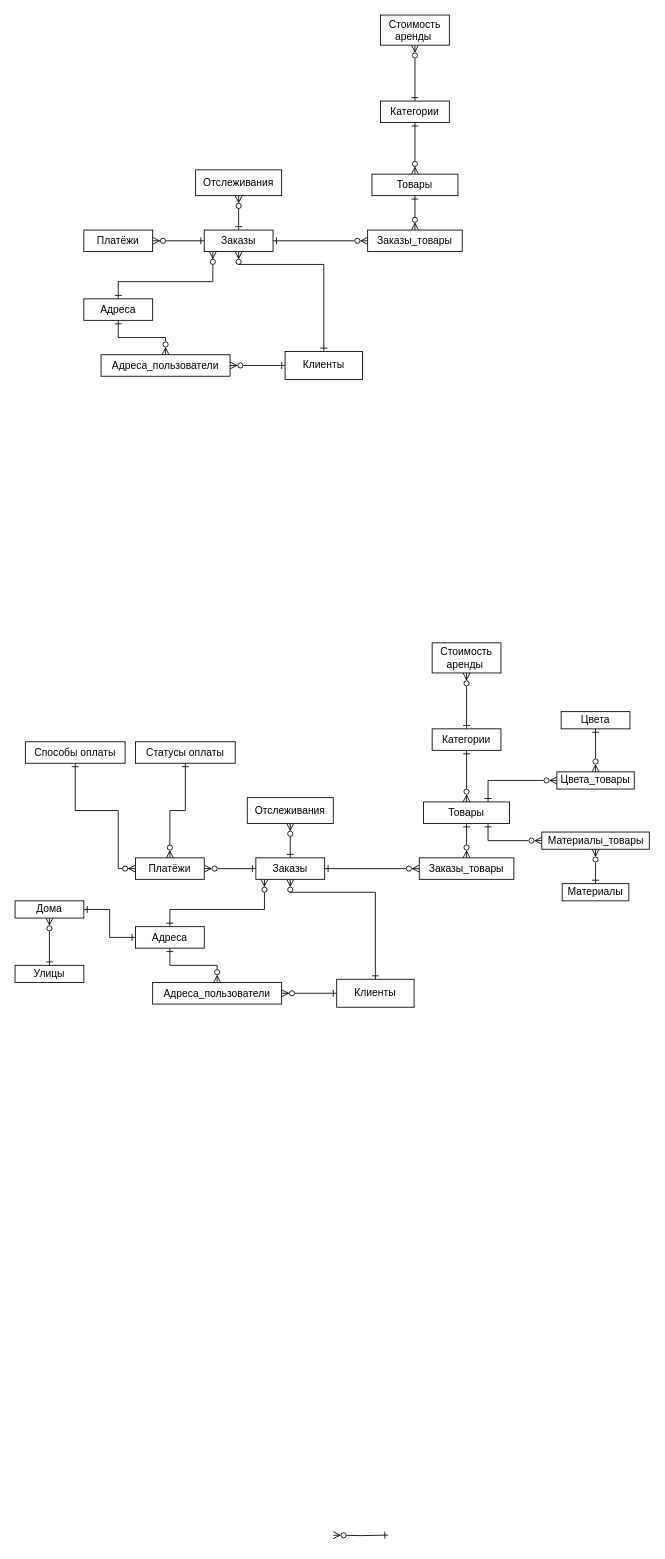
Above: СхемаБД.drawio in DanilaMalkin/FUrent (draw.io), before the change. Source tidied: cells renumbered, new cells numbered last; positions are measured from the earlier drawing's top-left corner, leaving out a move shared by most shapes. Both pictures are drawn from the tidied source at 86%, with x=0, y=0 at pixel (15, 15).
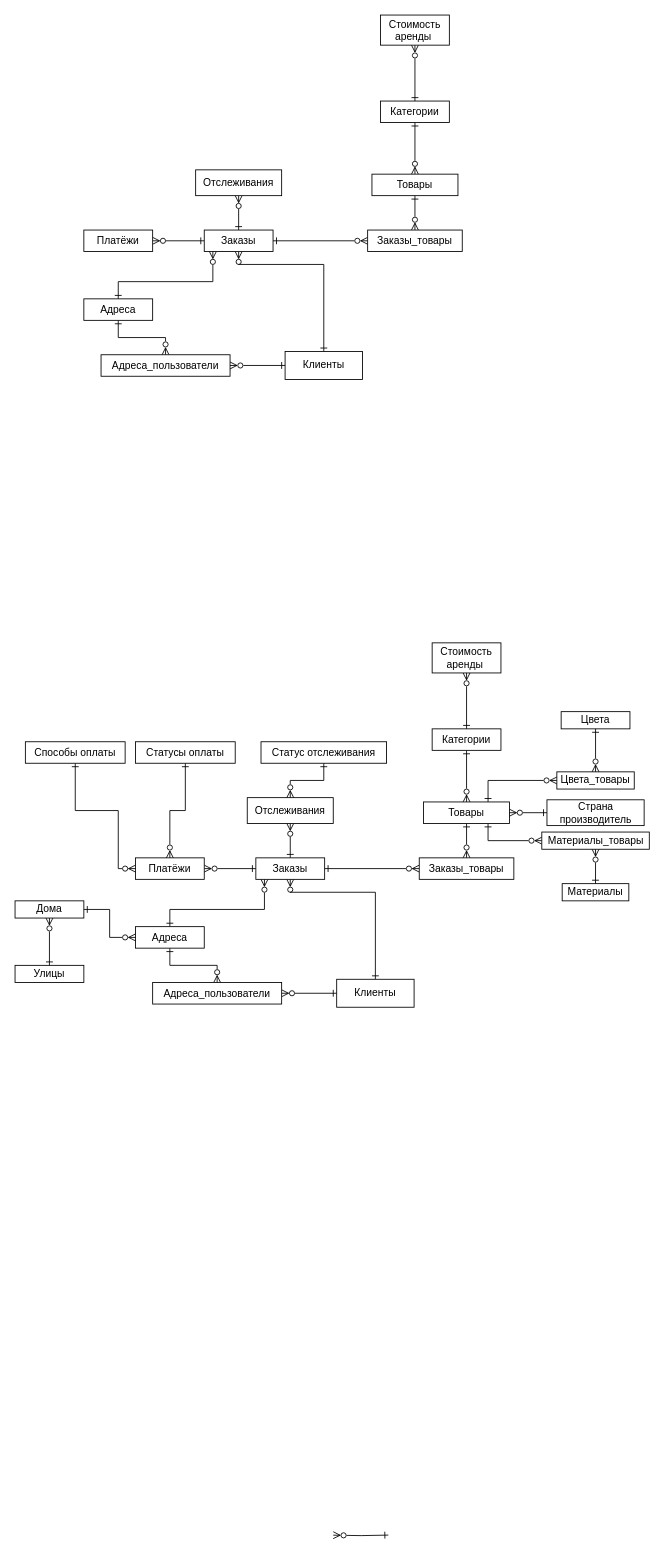
After the change.

Unchanged cells that the change refers to:
```xml
<mxCell id="26" value="Адреса" style="rounded=0;whiteSpace=wrap;html=1;" parent="1" vertex="1">
  <mxGeometry x="140" y="1060" width="80" height="25" as="geometry" />
</mxCell>
<mxCell id="31" value="Отслеживания" style="rounded=0;whiteSpace=wrap;html=1;" parent="1" vertex="1">
  <mxGeometry x="270" y="910" width="100" height="30" as="geometry" />
</mxCell>
<mxCell id="43" value="Товары" style="rounded=0;whiteSpace=wrap;html=1;" parent="1" vertex="1">
  <mxGeometry x="475" y="915" width="100" height="25" as="geometry" />
</mxCell>
<mxCell id="44" value="Дома" style="rounded=0;whiteSpace=wrap;html=1;" parent="1" vertex="1">
  <mxGeometry y="1030" width="80" height="20" as="geometry" />
</mxCell>
```

Change to the diagram source:
```diff
@@
-    <mxCell id="47" style="edgeStyle=orthogonalEdgeStyle;rounded=0;jettySize=auto;html=1;entryX=0;entryY=0.5;entryDx=0;entryDy=0;startArrow=ERone;startFill=0;endArrow=ERone;endFill=0;exitX=1;exitY=0.5;exitDx=0;exitDy=0;" parent="1" edge="1" source="44" target="26">
+    <mxCell id="47" style="edgeStyle=orthogonalEdgeStyle;rounded=0;jettySize=auto;html=1;entryX=0;entryY=0.5;entryDx=0;entryDy=0;startArrow=ERone;startFill=0;endArrow=ERzeroToMany;endFill=0;exitX=1;exitY=0.5;exitDx=0;exitDy=0;" parent="1" edge="1" source="44" target="26">
       <mxGeometry relative="1" as="geometry" />
     </mxCell>
@@
+    <mxCell id="59" style="edgeStyle=orthogonalEdgeStyle;rounded=0;jettySize=auto;html=1;entryX=0.5;entryY=0;entryDx=0;entryDy=0;startArrow=ERone;startFill=0;endArrow=ERzeroToMany;endFill=0;" parent="1" edge="1" source="60" target="31">
+      <mxGeometry relative="1" as="geometry" />
+    </mxCell>
+    <mxCell id="60" value="Статус отслеживания" style="rounded=0;whiteSpace=wrap;html=1;" parent="1" vertex="1">
+      <mxGeometry x="286" y="845" width="146" height="25" as="geometry" />
+    </mxCell>
+    <mxCell id="61" style="edgeStyle=orthogonalEdgeStyle;rounded=0;jettySize=auto;html=1;startArrow=ERone;startFill=0;endArrow=ERzeroToMany;endFill=0;exitX=0;exitY=0.5;exitDx=0;exitDy=0;" parent="1" edge="1" source="62" target="43">
+      <mxGeometry relative="1" as="geometry" />
+    </mxCell>
+    <mxCell id="62" value="Страна производитель" style="rounded=0;whiteSpace=wrap;html=1;" parent="1" vertex="1">
+      <mxGeometry x="618.5" y="912.5" width="113" height="30" as="geometry" />
+    </mxCell>
```
